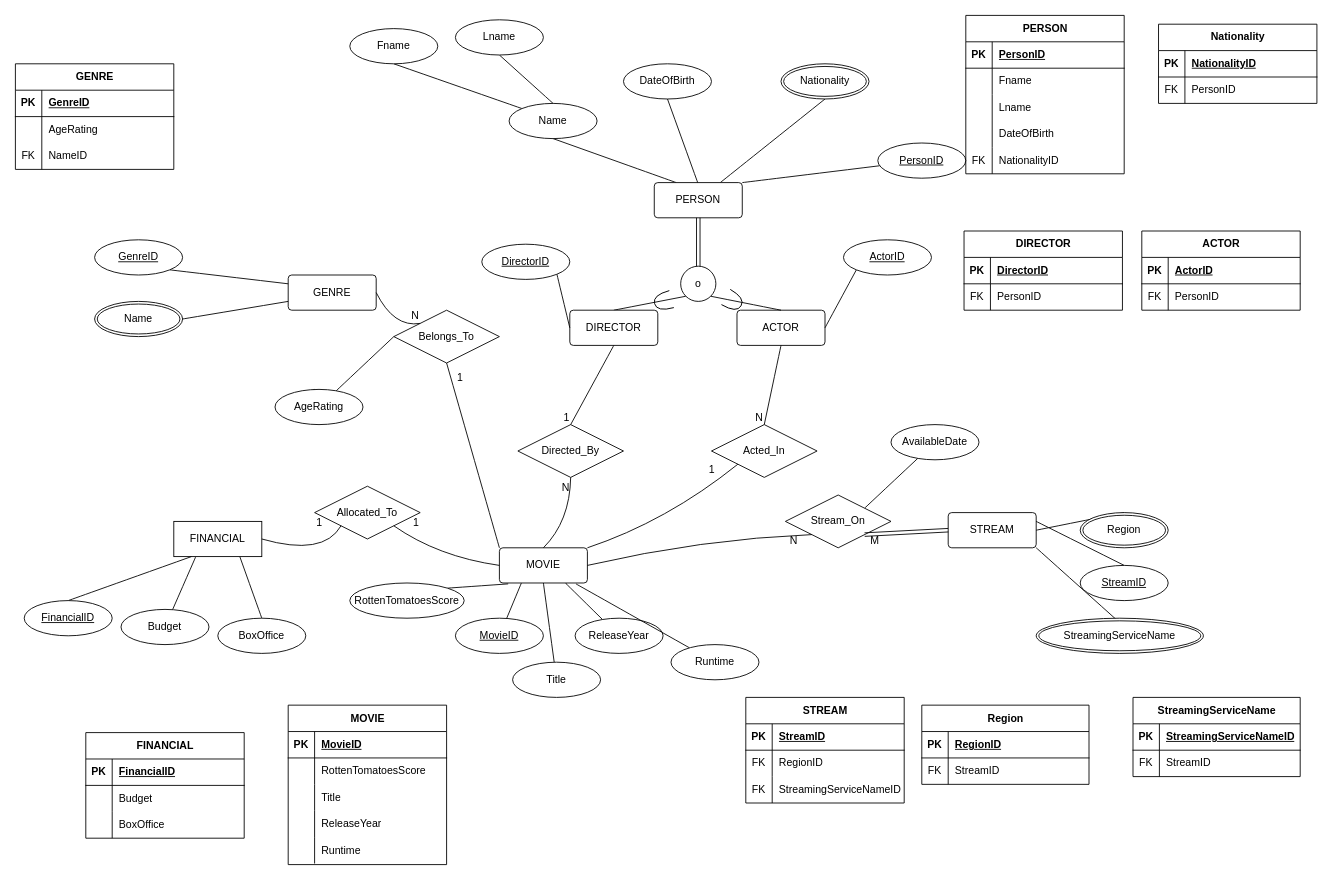
Above: MovieBaseEER.drawio in miguelTrC/MovieBaseDB (draw.io), before the change. Source tidied: cells renumbered, new cells numbered last; positions are measured from the earlier drawing's top-left corner, leaving out a move shared by most shapes. Both pictures are drawn from the tidied source at 88%, with x=0, y=0 at pixel (15, 15).
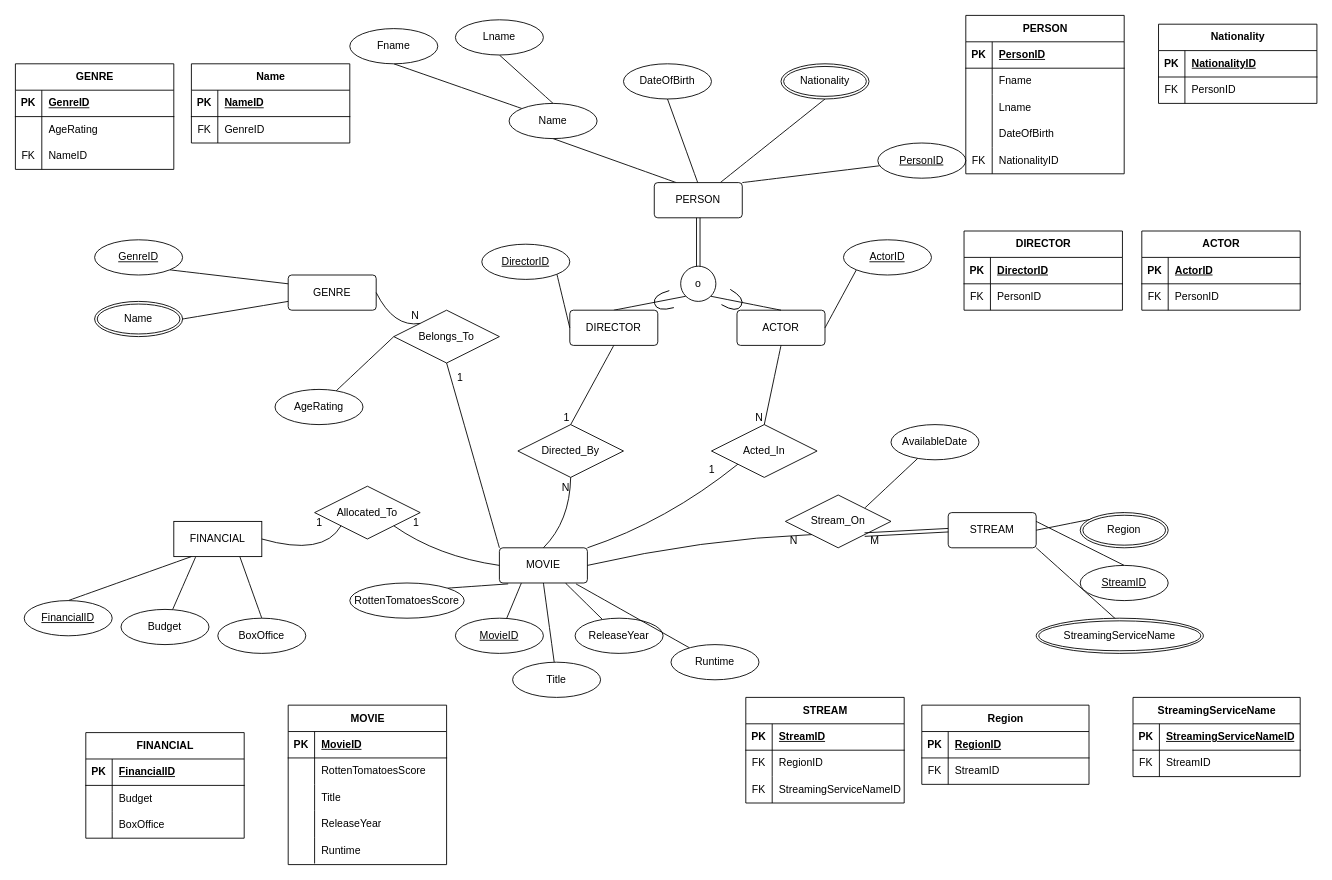
After the change.

Commit message:
all entities and their multivalued attributes have relation tables

Diff of the diagram source:
```diff
@@
+    <mxCell id="185" value="Name" style="shape=table;startSize=30;childLayout=tableLayout;rowLines=0;fontStyle=1;align=center;html=1;" parent="1" vertex="1">
+      <mxGeometry x="200" y="55" width="180" height="90" as="geometry" />
+    </mxCell>
+    <mxCell id="186" style="shape=tableRow;horizontal=0;startSize=0;swimlaneHead=0;swimlaneBody=0;fillColor=none;top=0;left=0;right=0;bottom=1;" parent="185" vertex="1">
+      <mxGeometry y="30" width="180" height="30" as="geometry" />
+    </mxCell>
+    <mxCell id="187" value="PK" style="shape=partialRectangle;fillColor=none;top=0;left=0;bottom=0;right=0;fontStyle=1;overflow=hidden;whiteSpace=wrap;html=1;" parent="186" vertex="1">
+      <mxGeometry width="30" height="30" as="geometry" />
+    </mxCell>
+    <mxCell id="188" value="NameID" style="shape=partialRectangle;fillColor=none;top=0;left=0;bottom=0;right=0;align=left;spacingLeft=6;fontStyle=5;overflow=hidden;whiteSpace=wrap;html=1;" parent="186" vertex="1">
+      <mxGeometry x="30" width="150" height="30" as="geometry" />
+    </mxCell>
+    <mxCell id="189" style="shape=tableRow;horizontal=0;startSize=0;swimlaneHead=0;swimlaneBody=0;fillColor=none;top=0;left=0;right=0;bottom=0;" parent="185" vertex="1">
+      <mxGeometry y="60" width="180" height="30" as="geometry" />
+    </mxCell>
+    <mxCell id="190" value="FK" style="shape=partialRectangle;fillColor=none;top=0;left=0;bottom=0;right=0;overflow=hidden;whiteSpace=wrap;html=1;" parent="189" vertex="1">
+      <mxGeometry width="30" height="30" as="geometry" />
+    </mxCell>
+    <mxCell id="191" value="GenreID" style="shape=partialRectangle;fillColor=none;top=0;left=0;bottom=0;right=0;align=left;spacingLeft=6;overflow=hidden;whiteSpace=wrap;html=1;" parent="189" vertex="1">
+      <mxGeometry x="30" width="150" height="30" as="geometry" />
+    </mxCell>
```
